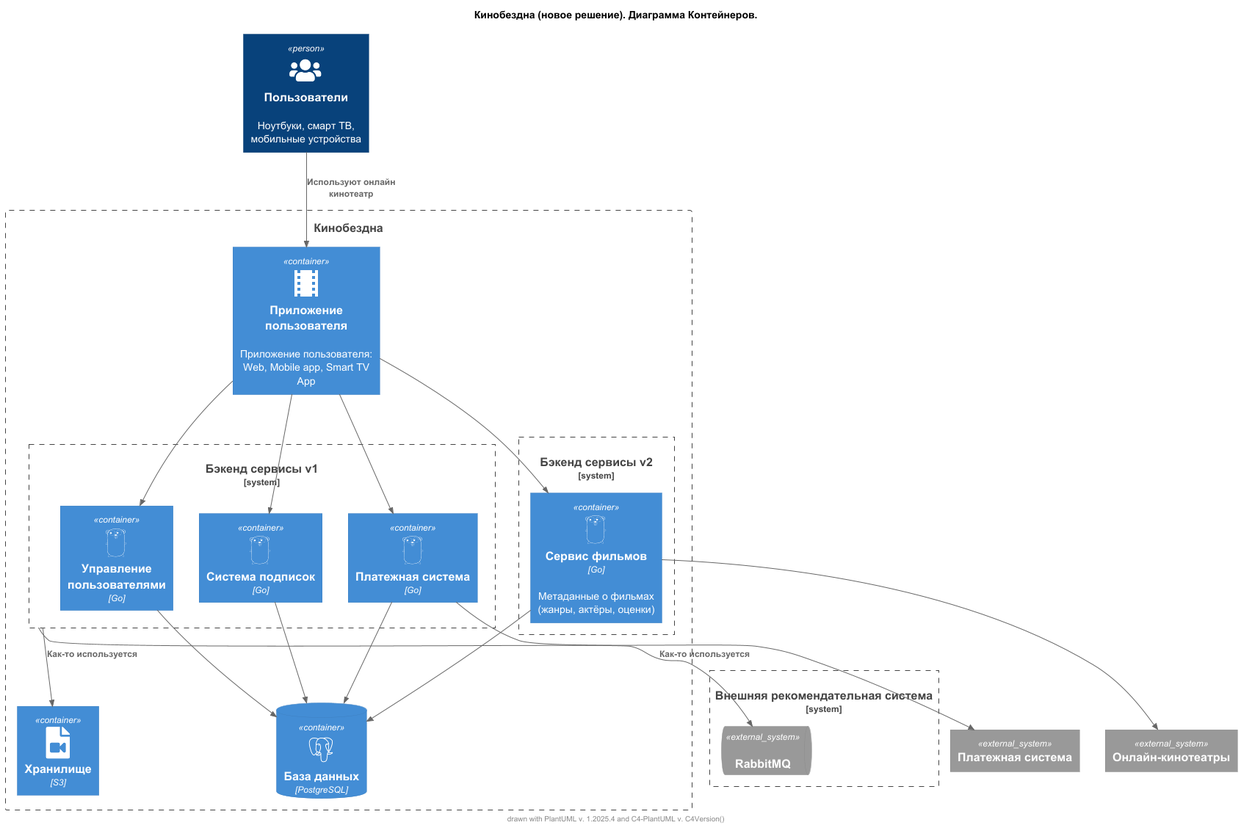
Earlier version of the PlantUML export media/to_be_system/c4_container/CinemaAbyss_Container.png (vgarmash/swa-21-cinemaabyss). Source of this version:
```plantuml
@startuml
title Кинобездна (новое решение). Диаграмма Контейнеров.

footer drawn with PlantUML v. %version() and C4-PlantUML v. C4Version()
!include https://raw.githubusercontent.com/plantuml-stdlib/C4-PlantUML/master/C4_Container.puml

!$ICONURL = "https://raw.githubusercontent.com/tupadr3/plantuml-icon-font-sprites/v3.0.0/icons"
!include $ICONURL/font-awesome-5/users.puml
!include $ICONURL/font-awesome-5/file_video.puml
!include $ICONURL/devicons/postgresql.puml
!include $ICONURL/devicons/go.puml
!include $ICONURL/devicons2/rabbitmq_original.puml
!include $ICONURL/material/local_movies.puml

Person(users, "Пользователи", "Ноутбуки, смарт ТВ, мобильные устройства", $sprite="users")


Boundary(CinemaAbyss, "Кинобездна") {
    Container(front, "Приложение пользователя", $sprite="local_movies", $descr="Приложение пользователя: Web, Mobile app, Smart TV App")
    System_Boundary(CinemaAbyssCloud_v1, "Бэкенд сервисы v1") {
        Container(users_service, "Управление пользователями", "Go", $sprite="go")
        Container(payments_service, "Платежная система", "Go", $sprite="go")
        Container(subscriptions_service, "Система подписок", "Go", $sprite="go")
    }

    System_Boundary(CinemaAbyssCloud_v2, "Бэкенд сервисы v2") {
        Container(movies_service, "Сервис фильмов", "Go", "Метаданные о фильмах (жанры, актёры, оценки)", $sprite="go")
    }

    Container(block_storage, "Хранилище", "S3", $sprite="file_video")
    ContainerDb(db, "База данных", "PostgreSQL", $sprite="postgresql")
}

System_Ext(payment_hub, "Платежная система")
System_Ext(movies_hub, "Онлайн-кинотеатры")
System_Boundary("recommendation_hub", "Внешняя рекомендательная система") {
    SystemQueue_Ext("rabbitMq", "RabbitMQ", $sprite="rabbitmq")
}


Rel(users, front, "Используют онлайн кинотеатр")
Rel(front, users_service, "")
Rel(front, payments_service, "")
Rel(front, subscriptions_service, "")
Rel(front, movies_service, "")

Rel(users_service, db, "")
Rel(subscriptions_service, db, "")

Rel(movies_service, db, "")
Rel(movies_service, movies_hub, "")

Rel(payments_service, db, "")
Rel(payments_service, payment_hub, "")

Rel(CinemaAbyssCloud_v1, block_storage, "Как-то используется")
Rel(CinemaAbyssCloud_v1, rabbitMq, "Как-то используется")

@enduml
```
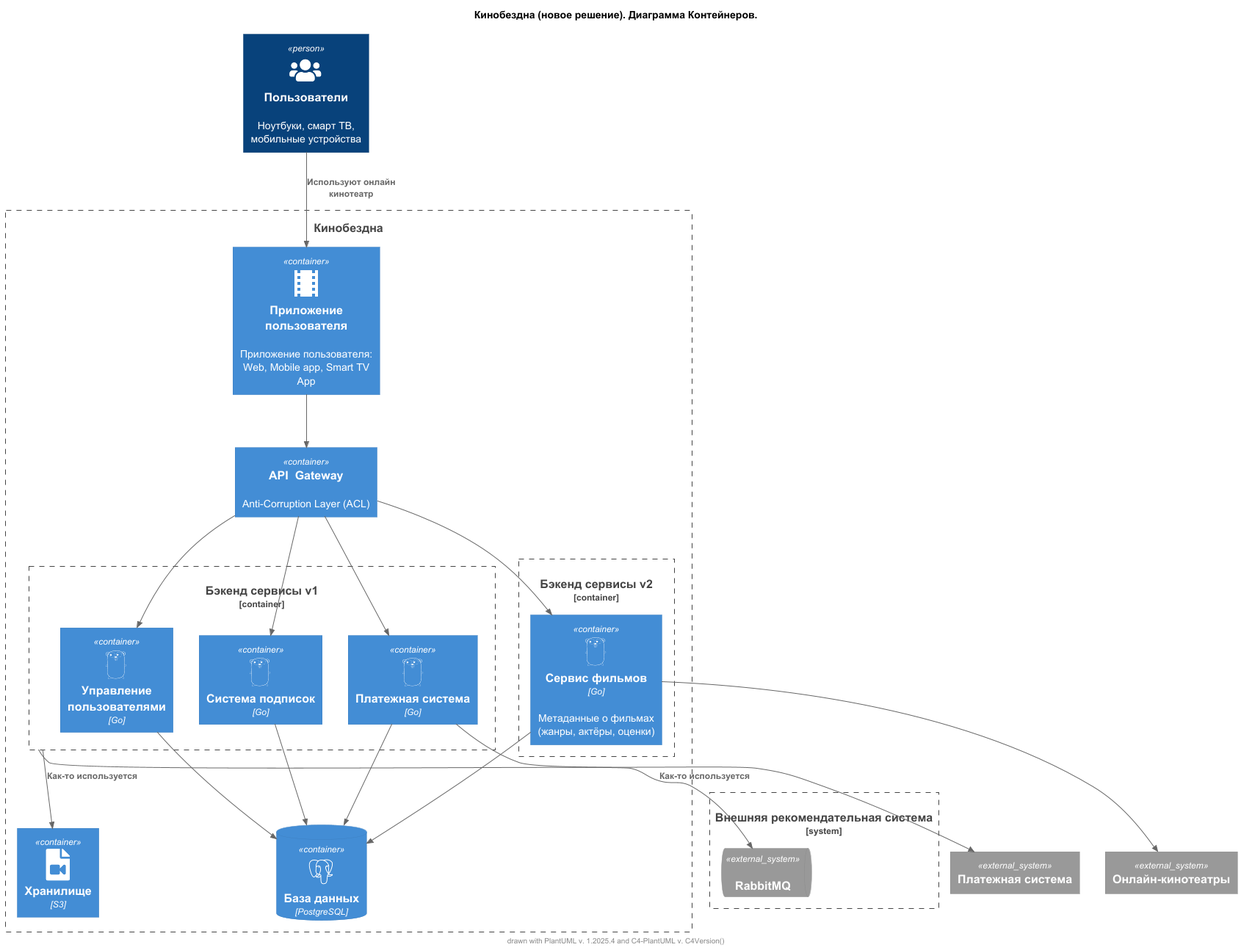
Above is the later version.

What changed in the source:
```diff
@@ -14,19 +14,21 @@
 
 Person(users, "Пользователи", "Ноутбуки, смарт ТВ, мобильные устройства", $sprite="users")
 
-
 Boundary(CinemaAbyss, "Кинобездна") {
     Container(front, "Приложение пользователя", $sprite="local_movies", $descr="Приложение пользователя: Web, Mobile app, Smart TV App")
-    System_Boundary(CinemaAbyssCloud_v1, "Бэкенд сервисы v1") {
+
+    Container(proxy, "API  Gateway", "", "Anti-Corruption Layer (ACL)")
+
+    Container_Boundary(CinemaAbyssCloud_v1, "Бэкенд сервисы v1") {
         Container(users_service, "Управление пользователями", "Go", $sprite="go")
         Container(payments_service, "Платежная система", "Go", $sprite="go")
         Container(subscriptions_service, "Система подписок", "Go", $sprite="go")
     }
 
-    System_Boundary(CinemaAbyssCloud_v2, "Бэкенд сервисы v2") {
+    Container_Boundary(CinemaAbyssCloud_v2, "Бэкенд сервисы v2") {
         Container(movies_service, "Сервис фильмов", "Go", "Метаданные о фильмах (жанры, актёры, оценки)", $sprite="go")
     }
-
+    Container(block_storage, "Хранилище", "S3", $sprite="file_video")
     Container(block_storage, "Хранилище", "S3", $sprite="file_video")
     ContainerDb(db, "База данных", "PostgreSQL", $sprite="postgresql")
 }
@@ -39,10 +41,11 @@
 
 
 Rel(users, front, "Используют онлайн кинотеатр")
-Rel(front, users_service, "")
-Rel(front, payments_service, "")
-Rel(front, subscriptions_service, "")
-Rel(front, movies_service, "")
+Rel(front, proxy, "")
+Rel(proxy, users_service, "")
+Rel(proxy, payments_service, "")
+Rel(proxy, subscriptions_service, "")
+Rel(proxy, movies_service, "")
 
 Rel(users_service, db, "")
 Rel(subscriptions_service, db, "")
```
